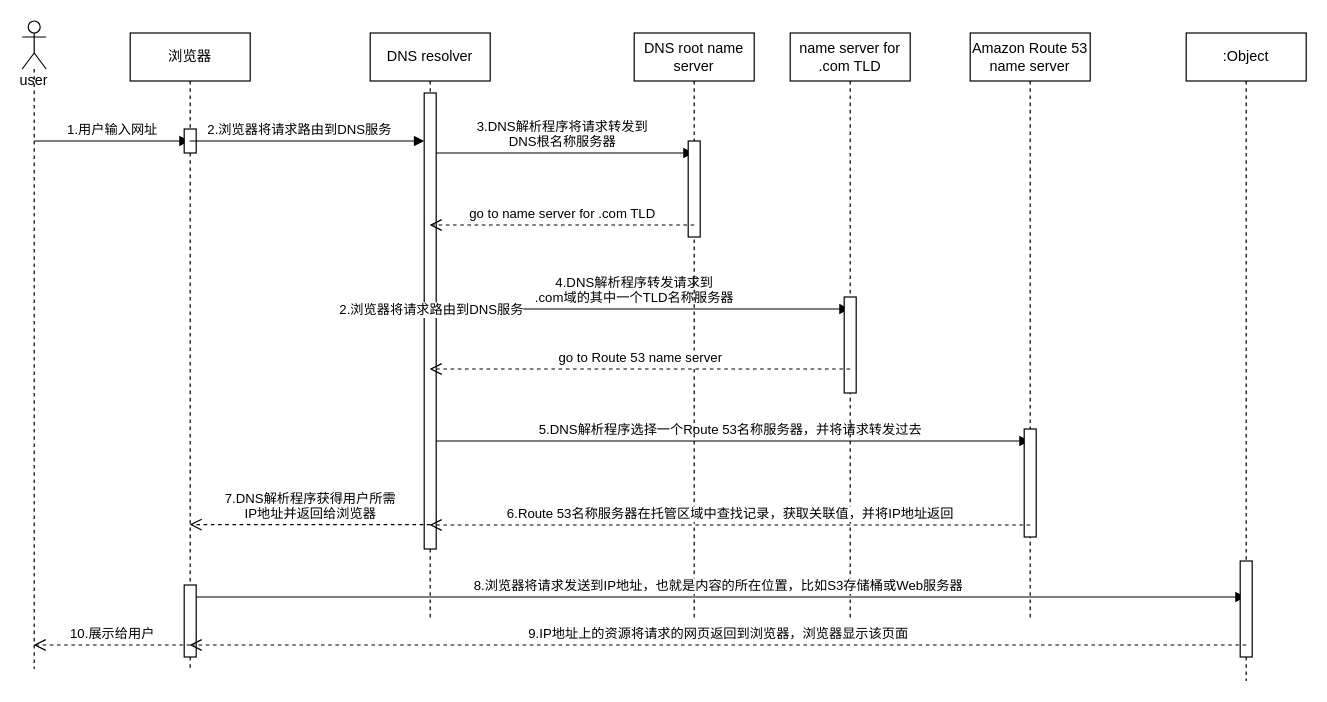
This is aws route 53.drawio from wordlu/note-update, a draw.io file, before an edit. Source tidied: cells renumbered, new cells numbered last; positions are measured from the earlier drawing's top-left corner, leaving out a move shared by most shapes. Both pictures are drawn from the tidied source at 120%, with x=0, y=0 at pixel (22, 20).
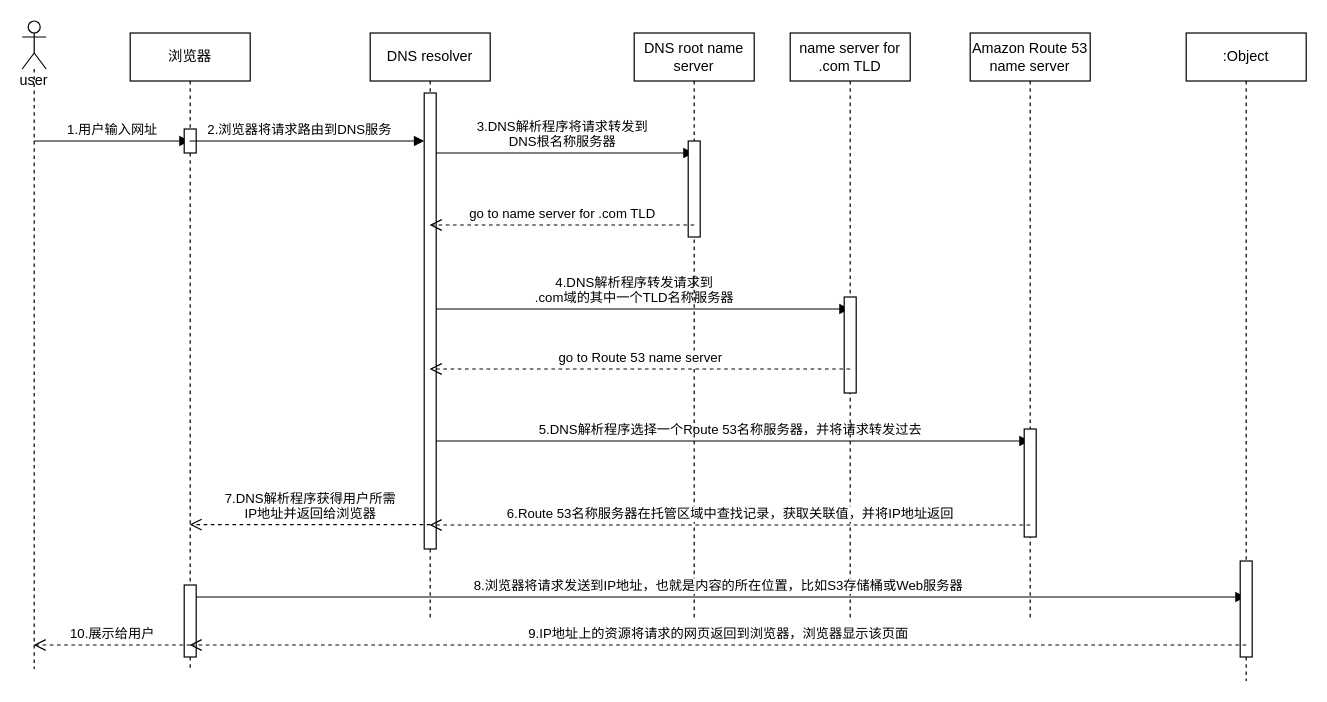
Above is the later version.

Unchanged cells that the change refers to:
```xml
<mxCell id="4" value="DNS resolver" style="shape=umlLifeline;perimeter=lifelinePerimeter;whiteSpace=wrap;html=1;outlineConnect=0;" parent="1" vertex="1">
  <mxGeometry x="290" y="10" width="100" height="490" as="geometry" />
</mxCell>
<mxCell id="8" style="html=1;points=[];perimeter=orthogonalPerimeter;" parent="4" vertex="1">
  <mxGeometry x="45" y="50" width="10" height="380" as="geometry" />
</mxCell>
```

Change to the diagram source:
```diff
@@
-    <mxCell id="9" value="2.浏览器将请求路由到DNS服务" style="html=1;verticalAlign=bottom;endArrow=block;" parent="4" edge="1" source="8" target="4">
-      <mxGeometry x="-0.08" relative="1" as="geometry">
-        <mxPoint x="1" as="offset" />
-      </mxGeometry>
-    </mxCell>
```
